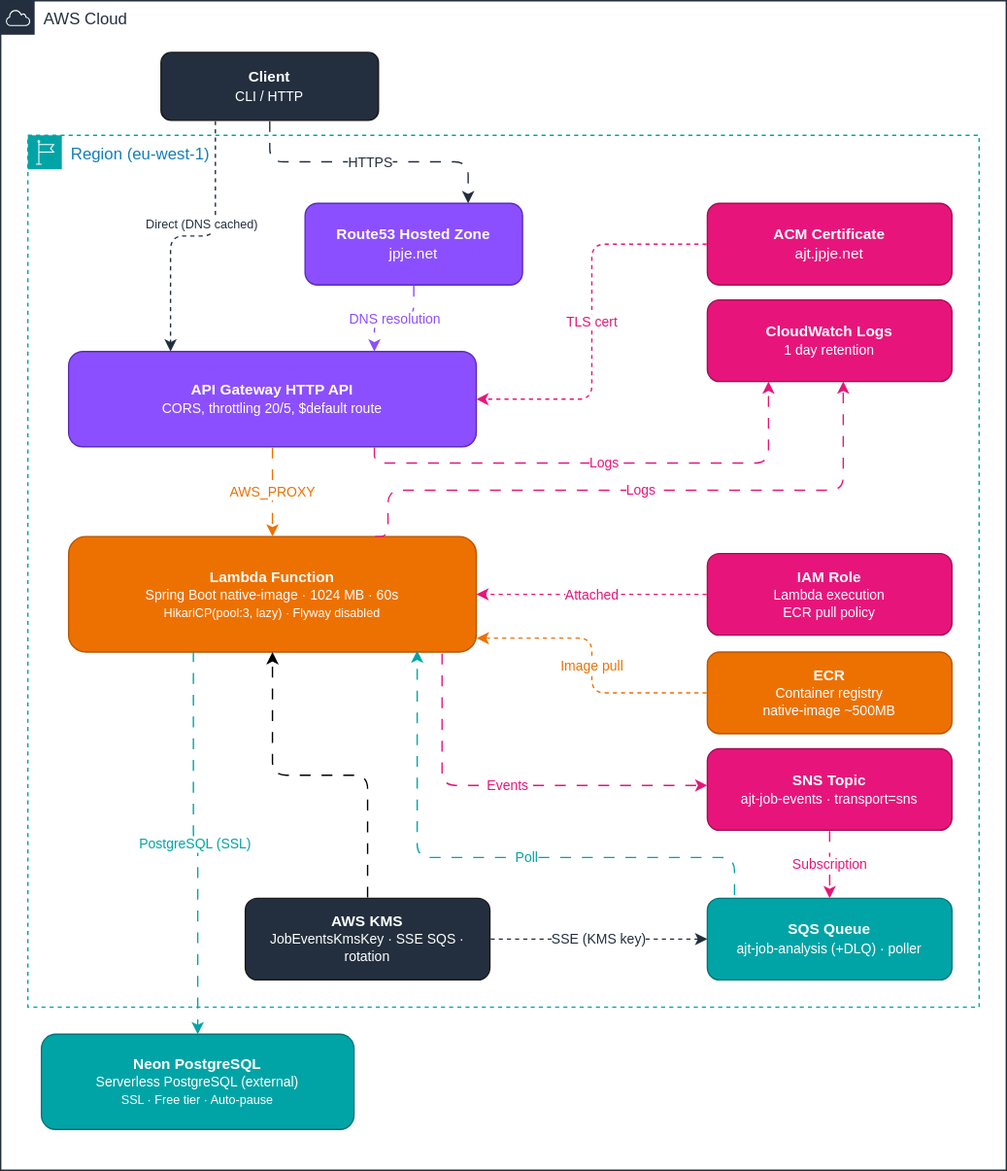
Earlier version of the draw.io export deploy/aws/images/ajt-serverless-aws-diagram.svg (JuanPabloJimenezEsclusa/alexandra-job-tracker). Source tidied: cells renumbered, new cells last; positions are measured from the earlier drawing's top-left corner, leaving out a move shared by most shapes.
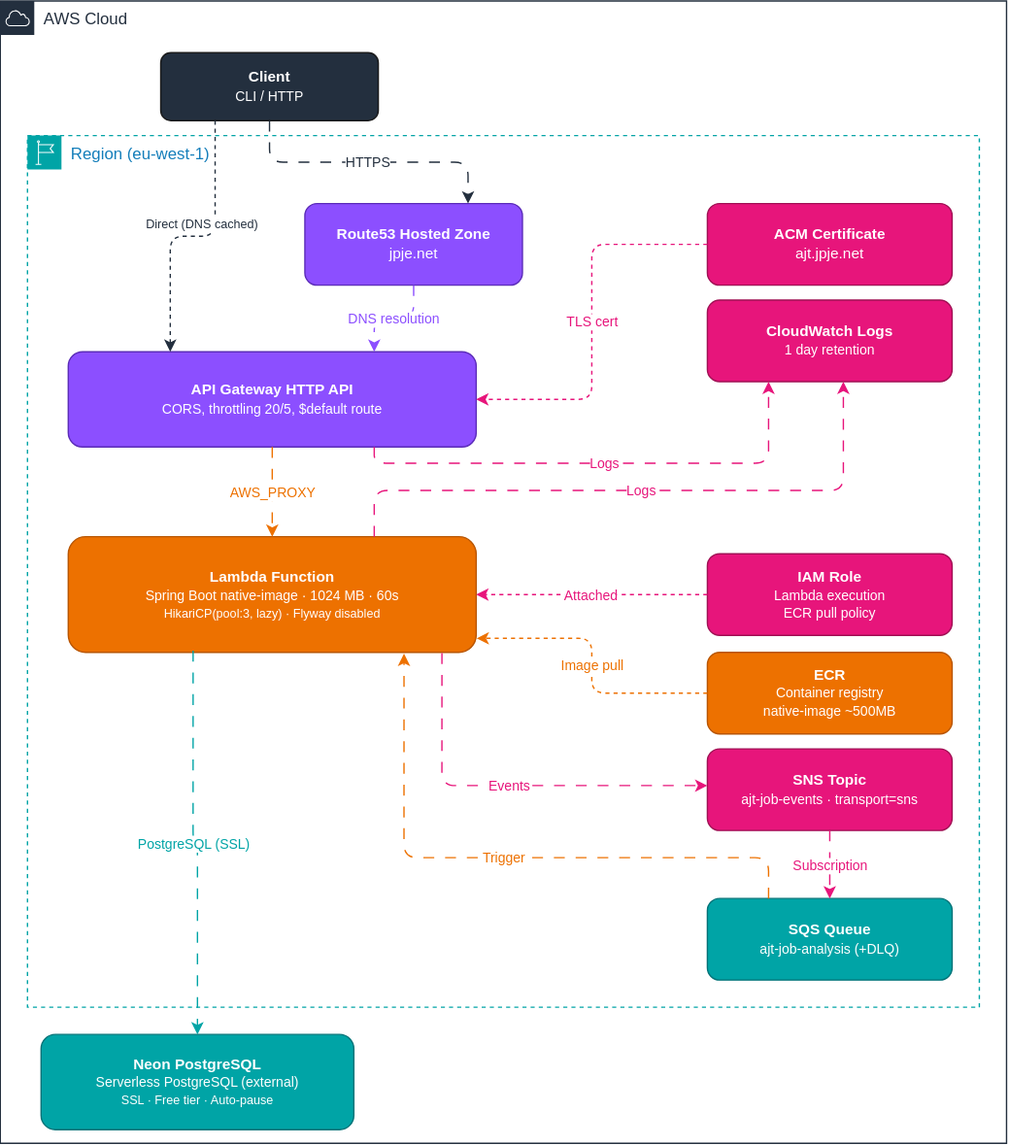
After the change.

What changed in the source:
```diff
@@ -3,7 +3,7 @@
     <mxCell id="0" />
     <mxCell id="1" parent="0" />
     <mxCell id="2" value="AWS Cloud" style="gradientColor=none;html=1;whiteSpace=wrap;fontSize=12;fontStyle=0;shape=mxgraph.aws4.group;grIcon=mxgraph.aws4.group_aws_cloud;strokeColor=#232F3E;fillColor=none;verticalAlign=top;align=left;spacingLeft=30;fontColor=#232F3E;dashed=0;" parent="1" vertex="1">
-      <mxGeometry width="740" height="860" as="geometry" />
+      <mxGeometry width="740" height="840" as="geometry" />
     </mxCell>
     <mxCell id="3" value="Region (eu-west-1)" style="gradientColor=none;html=1;whiteSpace=wrap;fontSize=12;fontStyle=0;shape=mxgraph.aws4.group;grIcon=mxgraph.aws4.group_region;strokeColor=#00A4A6;fillColor=none;verticalAlign=top;align=left;spacingLeft=30;fontColor=#147EBA;dashed=1;" parent="2" vertex="1">
       <mxGeometry x="20" y="99" width="700" height="641" as="geometry" />
@@ -40,33 +40,24 @@
     <mxCell id="12" value="&lt;b&gt;SNS Topic&lt;/b&gt;&lt;br&gt;&lt;font style=&quot;font-size:10px&quot;&gt;ajt-job-events · transport=sns&lt;/font&gt;" style="rounded=1;whiteSpace=wrap;html=1;fillColor=#E7157B;strokeColor=#A01054;fontColor=#ffffff;fontSize=11;" parent="3" vertex="1">
       <mxGeometry x="500" y="451" width="180" height="60" as="geometry" />
     </mxCell>
-    <mxCell id="13" value="&lt;b&gt;SQS Queue&lt;/b&gt;&lt;br&gt;&lt;font style=&quot;font-size:10px&quot;&gt;ajt-job-analysis (+DLQ) · poller&lt;/font&gt;" style="rounded=1;whiteSpace=wrap;html=1;fillColor=#00A4A6;strokeColor=#007277;fontColor=#ffffff;fontSize=11;" parent="3" vertex="1">
+    <mxCell id="13" value="&lt;b&gt;SQS Queue&lt;/b&gt;&lt;br&gt;&lt;font style=&quot;font-size:10px&quot;&gt;ajt-job-analysis (+DLQ)&lt;/font&gt;" style="rounded=1;whiteSpace=wrap;html=1;fillColor=#00A4A6;strokeColor=#007277;fontColor=#ffffff;fontSize=11;" parent="3" vertex="1">
       <mxGeometry x="500" y="561" width="180" height="60" as="geometry" />
     </mxCell>
-    <mxCell id="14" style="edgeStyle=orthogonalEdgeStyle;rounded=1;jettySize=auto;html=1;curved=0;flowAnimation=1;" parent="3" edge="1" source="15" target="7">
-      <mxGeometry relative="1" as="geometry" />
-    </mxCell>
-    <mxCell id="15" value="&lt;b&gt;AWS KMS&lt;/b&gt;&lt;br&gt;&lt;font style=&quot;font-size:10px&quot;&gt;JobEventsKmsKey · SSE SQS · rotation&lt;/font&gt;" style="rounded=1;whiteSpace=wrap;html=1;fillColor=#232F3E;strokeColor=#1A1A1A;fontColor=#ffffff;fontSize=11;" parent="3" vertex="1">
-      <mxGeometry x="160" y="561" width="180" height="60" as="geometry" />
-    </mxCell>
     <mxCell id="16" value="Events" style="edgeStyle=orthogonalEdgeStyle;rounded=1;jettySize=auto;html=1;strokeColor=#E7157B;fontSize=10;fontColor=#E7157B;flowAnimation=1;exitX=0.916;exitY=1.007;exitDx=0;exitDy=0;entryX=0;entryY=0.45;entryDx=0;entryDy=0;exitPerimeter=0;" parent="3" edge="1" source="7" target="12">
       <mxGeometry relative="1" as="geometry" />
     </mxCell>
     <mxCell id="17" value="Subscription" style="edgeStyle=orthogonalEdgeStyle;rounded=1;jettySize=auto;html=1;strokeColor=#E7157B;fontSize=10;fontColor=#E7157B;flowAnimation=1;exitX=0.5;exitY=1;exitDx=0;exitDy=0;entryX=0.5;entryY=0;entryDx=0;entryDy=0;" parent="3" edge="1" source="12" target="13">
       <mxGeometry relative="1" as="geometry" />
     </mxCell>
-    <mxCell id="18" value="Poll" style="edgeStyle=orthogonalEdgeStyle;rounded=1;jettySize=auto;html=1;strokeColor=#00A4A6;fontSize=10;fontColor=#00A4A6;flowAnimation=1;exitX=0;exitY=0.5;exitDx=0;exitDy=0;entryX=0.855;entryY=0.986;entryDx=0;entryDy=0;entryPerimeter=0;" parent="3" edge="1" source="13" target="7">
-      <mxGeometry relative="1" as="geometry">
-        <Array as="points">
-          <mxPoint x="520" y="591" />
-          <mxPoint x="520" y="531" />
-          <mxPoint x="287" y="531" />
-        </Array>
-      </mxGeometry>
-    </mxCell>
-    <mxCell id="19" value="SSE (KMS key)" style="rounded=1;jettySize=auto;html=1;strokeColor=#232F3E;fontSize=10;fontColor=#232F3E;dashed=1;flowAnimation=1;exitX=1;exitY=0.5;exitDx=0;exitDy=0;entryX=0;entryY=0.5;entryDx=0;entryDy=0;edgeStyle=orthogonalEdgeStyle;" parent="3" edge="1" source="15" target="13">
-      <mxGeometry relative="1" as="geometry" />
-    </mxCell>
+    <mxCell id="31" value="Trigger" style="edgeStyle=orthogonalEdgeStyle;rounded=1;jettySize=auto;html=1;strokeColor=#ED7100;fontSize=10;fontColor=#ED7100;flowAnimation=1;exitX=0.25;exitY=0;exitDx=0;exitDy=0;" parent="3" edge="1" source="13">
+      <mxGeometry relative="1" as="geometry">
+        <mxPoint x="276.9" y="381" as="targetPoint" />
+        <Array as="points">
+          <mxPoint x="545" y="531" />
+          <mxPoint x="276.9" y="531" />
+        </Array>
+      </mxGeometry>
+    </mxCell>
     <mxCell id="20" value="&lt;b&gt;Client&lt;/b&gt;&lt;br&gt;&lt;font style=&quot;font-size:10px&quot;&gt;CLI / HTTP&lt;/font&gt;" style="rounded=1;whiteSpace=wrap;html=1;fillColor=#232F3E;strokeColor=#1A1A1A;fontColor=#ffffff;fontSize=11;" parent="2" vertex="1">
       <mxGeometry x="118" y="38" width="160" height="50" as="geometry" />
     </mxCell>
@@ -94,7 +85,7 @@
     <mxCell id="28" value="Logs" style="edgeStyle=orthogonalEdgeStyle;rounded=1;jettySize=auto;html=1;strokeColor=#E7157B;fontSize=10;fontColor=#E7157B;flowAnimation=1;exitX=0.75;exitY=0;exitDx=0;exitDy=0;" parent="1" edge="1" source="7" target="8">
       <mxGeometry relative="1" as="geometry">
         <Array as="points">
-          <mxPoint x="285" y="360" />
+          <mxPoint x="275" y="360" />
           <mxPoint x="620" y="360" />
         </Array>
       </mxGeometry>
```
